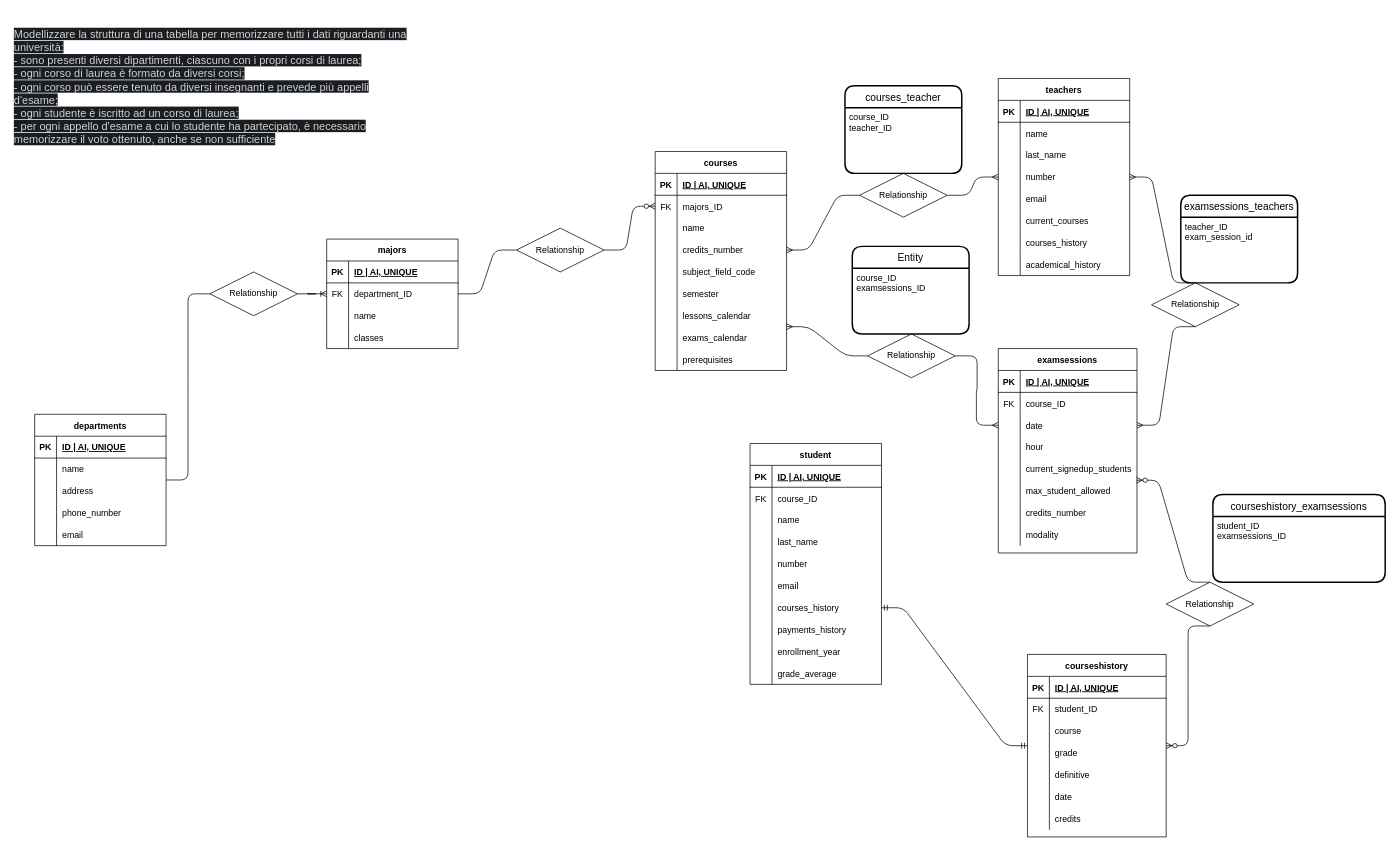
This is db.drawio from AnTosi/db-university, a draw.io file, before an edit. Source tidied: cells renumbered, new cells numbered last; positions are measured from the earlier drawing's top-left corner, leaving out a move shared by most shapes. Both pictures are drawn from the tidied source at 73%, with x=0, y=0 at pixel (12, 12).
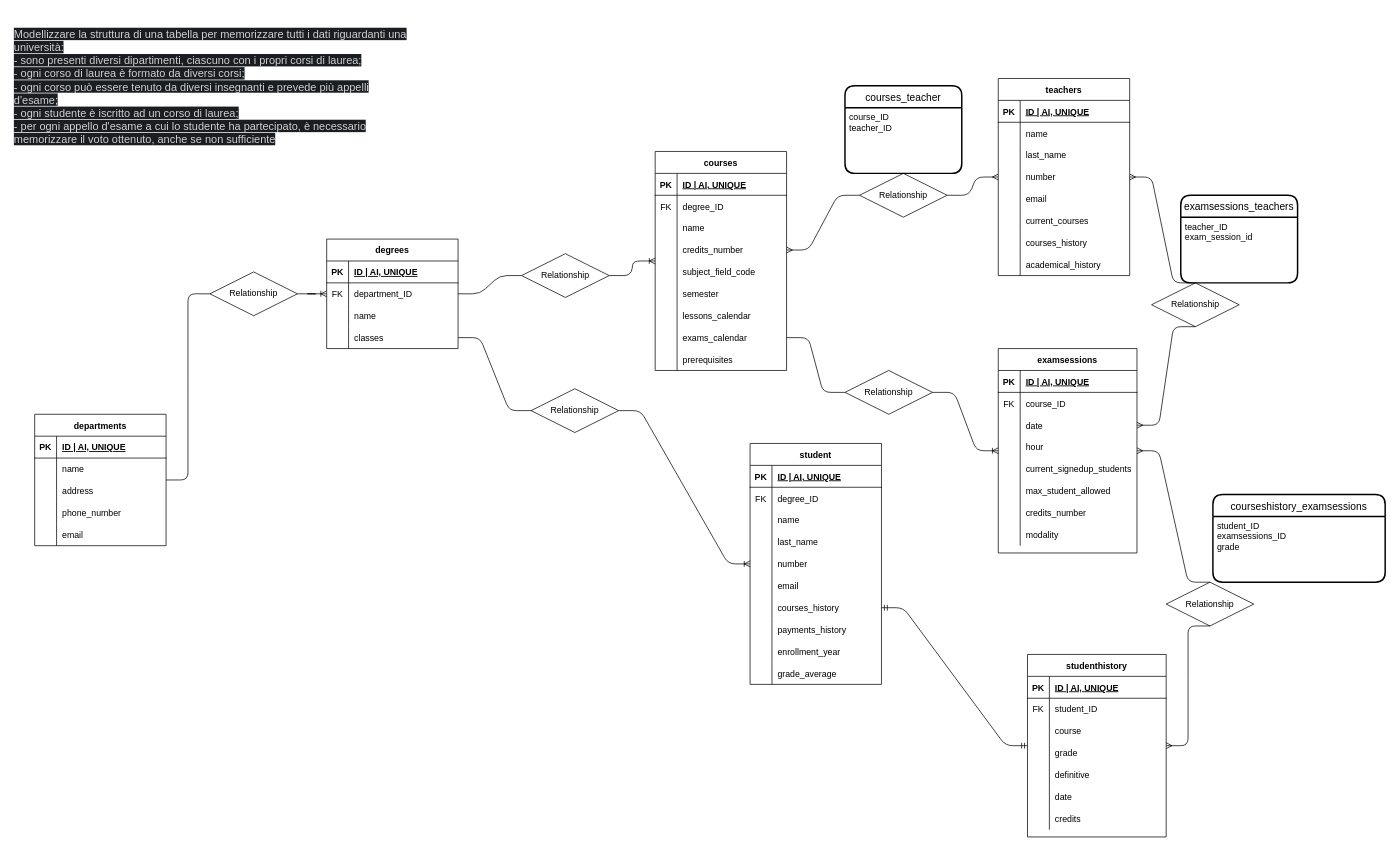
The same page after the edit.

Unchanged cells that the change refers to:
```xml
<mxCell id="30" style="shape=partialRectangle;fillColor=none;top=0;left=0;bottom=0;right=0;points=[[0,0.5],[1,0.5]];portConstraint=eastwest;" parent="20" vertex="1">
  <mxGeometry y="120" width="180" height="30" as="geometry" />
</mxCell>
<mxCell id="36" value="courses" style="shape=table;startSize=30;childLayout=tableLayout;rowLines=0;fontStyle=1;align=center;" parent="1" vertex="1">
  <mxGeometry x="880" y="190" width="180" height="300" as="geometry" />
</mxCell>
<mxCell id="40" style="shape=partialRectangle;fillColor=none;top=0;left=0;bottom=0;right=0;points=[[0,0.5],[1,0.5]];portConstraint=eastwest;" parent="36" vertex="1">
  <mxGeometry y="60" width="180" height="30" as="geometry" />
</mxCell>
<mxCell id="58" style="shape=partialRectangle;fillColor=none;top=0;left=0;bottom=0;right=0;points=[[0,0.5],[1,0.5]];portConstraint=eastwest;" parent="36" vertex="1">
  <mxGeometry y="240" width="180" height="30" as="geometry" />
</mxCell>
<mxCell id="96" value="examsessions" style="shape=table;startSize=30;childLayout=tableLayout;rowLines=0;fontStyle=1;align=center;" parent="1" vertex="1">
  <mxGeometry x="1350" y="460" width="190" height="280" as="geometry" />
</mxCell>
<mxCell id="103" style="shape=partialRectangle;fillColor=none;top=0;left=0;bottom=0;right=0;points=[[0,0.5],[1,0.5]];portConstraint=eastwest;" parent="96" vertex="1">
  <mxGeometry y="90" width="190" height="30" as="geometry" />
</mxCell>
<mxCell id="112" style="shape=partialRectangle;fillColor=none;top=0;left=0;bottom=0;right=0;points=[[0,0.5],[1,0.5]];portConstraint=eastwest;" parent="96" vertex="1">
  <mxGeometry y="180" width="190" height="30" as="geometry" />
</mxCell>
<mxCell id="126" value="student" style="shape=table;startSize=30;childLayout=tableLayout;rowLines=0;fontStyle=1;align=center;" parent="1" vertex="1">
  <mxGeometry x="1010" y="590" width="180" height="330" as="geometry" />
</mxCell>
<mxCell id="130" style="shape=partialRectangle;fillColor=none;top=0;left=0;bottom=0;right=0;" parent="126" vertex="1">
  <mxGeometry y="60" width="180" height="30" as="geometry" />
</mxCell>
<mxCell id="181" value="Relationship" style="shape=rhombus;perimeter=rhombusPerimeter;whiteSpace=wrap;html=1;align=center;" parent="1" vertex="1">
  <mxGeometry x="1580" y="780" width="120" height="60" as="geometry" />
</mxCell>
```

What changed in the source:
```diff
@@
-    <mxCell id="20" value="majors" style="shape=table;startSize=30;childLayout=tableLayout;rowLines=0;fontStyle=1;align=center;" parent="1" vertex="1">
+    <mxCell id="20" value="degrees" style="shape=table;startSize=30;childLayout=tableLayout;rowLines=0;fontStyle=1;align=center;" parent="1" vertex="1">
       <mxGeometry x="430" y="310" width="180" height="150" as="geometry" />
     </mxCell>
@@
-    <mxCell id="35" style="edgeStyle=entityRelationEdgeStyle;fontSize=12;html=1;endArrow=ERzeroToMany;endFill=1;entryX=0;entryY=0.5;entryDx=0;entryDy=0;startArrow=none;" parent="1" edge="1" source="64" target="40">
-      <mxGeometry relative="1" as="geometry" />
-    </mxCell>
@@
-    <mxCell id="42" value="majors_ID" style="shape=partialRectangle;fillColor=none;top=0;left=0;bottom=0;right=0;align=left;spacingLeft=6;overflow=hidden;" parent="40" vertex="1">
+    <mxCell id="42" value="degree_ID" style="shape=partialRectangle;fillColor=none;top=0;left=0;bottom=0;right=0;align=left;spacingLeft=6;overflow=hidden;" parent="40" vertex="1">
       <mxGeometry x="30" width="150" height="30" as="geometry" />
     </mxCell>
@@
-    <mxCell id="64" value="Relationship" style="shape=rhombus;perimeter=rhombusPerimeter;whiteSpace=wrap;html=1;align=center;" parent="1" vertex="1">
-      <mxGeometry x="690" y="295" width="120" height="60" as="geometry" />
-    </mxCell>
-    <mxCell id="65" style="edgeStyle=entityRelationEdgeStyle;fontSize=12;html=1;endArrow=none;endFill=1;entryX=0;entryY=0.5;entryDx=0;entryDy=0;" parent="1" edge="1" target="64">
-      <mxGeometry relative="1" as="geometry">
-        <mxPoint x="610" y="385" as="sourcePoint" />
-      </mxGeometry>
-    </mxCell>
@@
-    <mxCell id="132" value="course_ID" style="shape=partialRectangle;fillColor=none;top=0;left=0;bottom=0;right=0;align=left;spacingLeft=6;overflow=hidden;" parent="130" vertex="1">
+    <mxCell id="132" value="degree_ID" style="shape=partialRectangle;fillColor=none;top=0;left=0;bottom=0;right=0;align=left;spacingLeft=6;overflow=hidden;" parent="130" vertex="1">
       <mxGeometry x="30" width="150" height="30" as="geometry" />
     </mxCell>
@@
-    <mxCell id="157" value="courseshistory" style="shape=table;startSize=30;childLayout=tableLayout;rowLines=0;fontStyle=1;align=center;" parent="1" vertex="1">
+    <mxCell id="157" value="studenthistory" style="shape=table;startSize=30;childLayout=tableLayout;rowLines=0;fontStyle=1;align=center;" parent="1" vertex="1">
       <mxGeometry x="1390" y="879" width="190" height="250" as="geometry" />
     </mxCell>
@@
-    <mxCell id="180" style="edgeStyle=entityRelationEdgeStyle;fontSize=12;html=1;endArrow=ERzeroToMany;endFill=1;startArrow=none;entryX=0.996;entryY=0.011;entryDx=0;entryDy=0;entryPerimeter=0;exitX=0.5;exitY=0;exitDx=0;exitDy=0;" parent="1" edge="1" source="181" target="112">
-      <mxGeometry relative="1" as="geometry" />
-    </mxCell>
+    <mxCell id="183" value="courseshistory_examsessions" style="swimlane;horizontal=1;startSize=30;rounded=1;fontSize=14;fontStyle=0;strokeWidth=2;shadow=0;dashed=0;align=center;" parent="1" vertex="1">
+      <mxGeometry x="1644" y="660" width="236" height="120" as="geometry" />
+    </mxCell>
+    <mxCell id="184" value="student_ID&#10;examsessions_ID&#10;grade" style="align=left;strokeColor=none;fillColor=none;spacingLeft=4;fontSize=12;verticalAlign=top;" parent="183" vertex="1">
+      <mxGeometry y="30" width="236" height="90" as="geometry" />
+    </mxCell>
+    <mxCell id="189" style="edgeStyle=entityRelationEdgeStyle;fontSize=12;html=1;endArrow=ERoneToMany;exitX=1;exitY=0.5;exitDx=0;exitDy=0;startArrow=none;" parent="1" edge="1" source="186" target="96">
+      <mxGeometry relative="1" as="geometry" />
+    </mxCell>
+    <mxCell id="186" value="Relationship" style="shape=rhombus;perimeter=rhombusPerimeter;whiteSpace=wrap;html=1;align=center;" parent="1" vertex="1">
+      <mxGeometry x="1140" y="490" width="120" height="60" as="geometry" />
+    </mxCell>
+    <mxCell id="190" style="edgeStyle=entityRelationEdgeStyle;fontSize=12;html=1;endArrow=none;exitX=1;exitY=0.5;exitDx=0;exitDy=0;" parent="1" edge="1" source="58" target="186">
+      <mxGeometry relative="1" as="geometry" />
+    </mxCell>
+    <mxCell id="191" style="edgeStyle=entityRelationEdgeStyle;fontSize=12;html=1;endArrow=ERoneToMany;startArrow=none;" parent="1" edge="1" source="192" target="126">
+      <mxGeometry relative="1" as="geometry" />
+    </mxCell>
+    <mxCell id="192" value="Relationship" style="shape=rhombus;perimeter=rhombusPerimeter;whiteSpace=wrap;html=1;align=center;" parent="1" vertex="1">
+      <mxGeometry x="710" y="515" width="120" height="60" as="geometry" />
+    </mxCell>
+    <mxCell id="193" style="edgeStyle=entityRelationEdgeStyle;fontSize=12;html=1;endArrow=none;exitX=1;exitY=0.5;exitDx=0;exitDy=0;" parent="1" edge="1" source="30" target="192">
+      <mxGeometry relative="1" as="geometry" />
+    </mxCell>
+    <mxCell id="194" style="edgeStyle=entityRelationEdgeStyle;fontSize=12;html=1;endArrow=ERmany;startArrow=none;exitX=0.5;exitY=0;exitDx=0;exitDy=0;" parent="1" edge="1" source="181" target="96">
+      <mxGeometry relative="1" as="geometry" />
+    </mxCell>
@@
-    <mxCell id="182" style="edgeStyle=entityRelationEdgeStyle;fontSize=12;html=1;endArrow=none;endFill=1;startArrow=ERzeroToMany;entryX=0.5;entryY=1;entryDx=0;entryDy=0;" parent="1" edge="1" source="157" target="181">
+    <mxCell id="182" style="edgeStyle=entityRelationEdgeStyle;fontSize=12;html=1;endArrow=none;startArrow=ERmany;entryX=0.5;entryY=1;entryDx=0;entryDy=0;" parent="1" edge="1" source="157" target="181">
       <mxGeometry relative="1" as="geometry" />
     </mxCell>
-    <mxCell id="183" value="courseshistory_examsessions" style="swimlane;horizontal=1;startSize=30;rounded=1;fontSize=14;fontStyle=0;strokeWidth=2;shadow=0;dashed=0;align=center;" parent="1" vertex="1">
-      <mxGeometry x="1644" y="660" width="236" height="120" as="geometry" />
-    </mxCell>
-    <mxCell id="184" value="student_ID&#10;examsessions_ID" style="align=left;strokeColor=none;fillColor=none;spacingLeft=4;fontSize=12;verticalAlign=top;" parent="183" vertex="1">
-      <mxGeometry y="30" width="236" height="90" as="geometry" />
-    </mxCell>
-    <mxCell id="185" style="edgeStyle=entityRelationEdgeStyle;fontSize=12;html=1;endArrow=ERmany;startArrow=none;entryX=0;entryY=0.5;entryDx=0;entryDy=0;" parent="1" edge="1" source="186" target="103">
-      <mxGeometry relative="1" as="geometry" />
-    </mxCell>
-    <mxCell id="186" value="Relationship" style="shape=rhombus;perimeter=rhombusPerimeter;whiteSpace=wrap;html=1;align=center;" parent="1" vertex="1">
-      <mxGeometry x="1171" y="440" width="120" height="60" as="geometry" />
-    </mxCell>
-    <mxCell id="187" style="edgeStyle=entityRelationEdgeStyle;fontSize=12;html=1;endArrow=none;startArrow=ERmany;entryX=0;entryY=0.5;entryDx=0;entryDy=0;" parent="1" edge="1" target="186">
-      <mxGeometry relative="1" as="geometry">
-        <mxPoint x="1060" y="430" as="sourcePoint" />
-      </mxGeometry>
-    </mxCell>
-    <mxCell id="188" value="Entity" style="swimlane;horizontal=1;startSize=30;rounded=1;fontSize=14;fontStyle=0;strokeWidth=2;shadow=0;dashed=0;align=center;" parent="1" vertex="1">
-      <mxGeometry x="1150" y="320" width="160" height="120" as="geometry" />
-    </mxCell>
-    <mxCell id="189" value="course_ID&#10;examsessions_ID" style="align=left;strokeColor=none;fillColor=none;spacingLeft=4;fontSize=12;verticalAlign=top;" parent="188" vertex="1">
-      <mxGeometry y="30" width="160" height="90" as="geometry" />
-    </mxCell>
+    <mxCell id="195" style="edgeStyle=entityRelationEdgeStyle;fontSize=12;html=1;endArrow=ERoneToMany;startArrow=none;" parent="1" edge="1" source="64" target="36">
+      <mxGeometry relative="1" as="geometry" />
+    </mxCell>
+    <mxCell id="64" value="Relationship" style="shape=rhombus;perimeter=rhombusPerimeter;whiteSpace=wrap;html=1;align=center;" parent="1" vertex="1">
+      <mxGeometry x="697" y="330" width="120" height="60" as="geometry" />
+    </mxCell>
+    <mxCell id="196" style="edgeStyle=entityRelationEdgeStyle;fontSize=12;html=1;endArrow=none;" parent="1" edge="1" source="20" target="64">
+      <mxGeometry relative="1" as="geometry" />
+    </mxCell>
```
